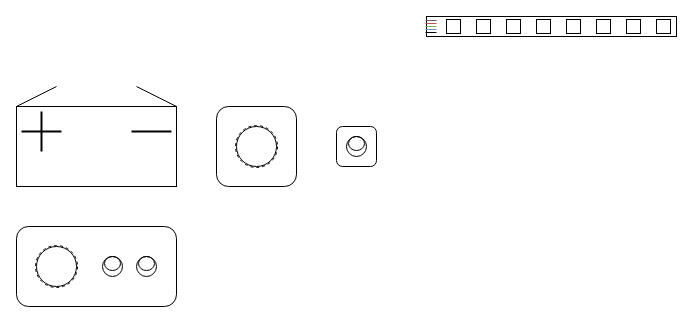
Earlier version of the draw.io diagram led-wiring.drawio (vinas94/drawio). Source tidied: cells renumbered, new cells numbered last; positions are measured from the earlier drawing's top-left corner, leaving out a move shared by most shapes. Both pictures are drawn from the tidied source at 100%, with x=0, y=0 at pixel (16, 16).
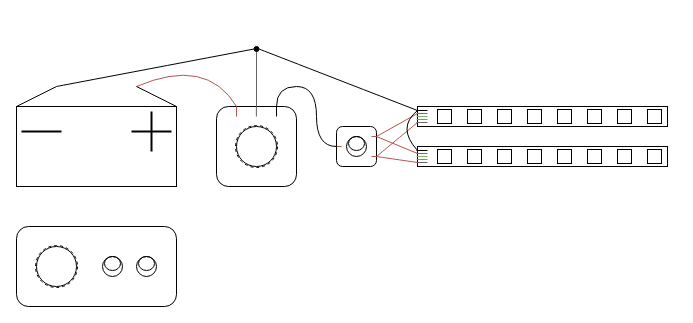
After the change.

The change refers to these unchanged cells:
```xml
<mxCell id="13" style="group;" parent="1" vertex="1">
  <mxGeometry x="200" y="90" width="80" height="80" as="geometry" />
</mxCell>
<mxCell id="14" style="rounded=1;whiteSpace=wrap;html=1;" parent="13" vertex="1">
  <mxGeometry width="80" height="80" as="geometry" />
</mxCell>
<mxCell id="24" style="rounded=0;whiteSpace=wrap;html=1;points=[[0,0.2,0,0,0],[0,0.35,0,0,0],[0,0.5,0,0,0],[0,0.65,0,0,0],[0,0.8,0,0,0],[0.75,0,0,0,0],[0.75,1,0,0,0],[1,0,0,0,0],[1,0.25,0,0,0],[1,0.5,0,0,0],[1,0.75,0,0,0],[1,1,0,0,0]];" parent="23" vertex="1">
  <mxGeometry x="1" width="250" height="20" as="geometry" />
</mxCell>
```

Change to the diagram source:
```diff
@@
-    <mxCell id="2" style="rounded=1;whiteSpace=wrap;html=1;" parent="1" vertex="1">
-      <mxGeometry x="320" y="110" width="40" height="40" as="geometry" />
-    </mxCell>
-    <mxCell id="3" style="rounded=0;whiteSpace=wrap;html=1;" parent="1" vertex="1">
-      <mxGeometry y="90" width="160" height="80" as="geometry" />
-    </mxCell>
-    <mxCell id="4" style="endArrow=none;html=1;rounded=0;exitX=0;exitY=0;exitDx=0;exitDy=0;" parent="1" edge="1" source="3">
-      <mxGeometry relative="1" as="geometry">
-        <mxPoint x="40" y="70" as="targetPoint" />
-      </mxGeometry>
-    </mxCell>
@@
-    <mxCell id="17" style="ellipse;whiteSpace=wrap;html=1;" parent="1" vertex="1">
-      <mxGeometry x="330" y="120" width="20" height="20" as="geometry" />
-    </mxCell>
-    <mxCell id="18" style="ellipse;whiteSpace=wrap;html=1;fillColor=none;" parent="1" vertex="1">
-      <mxGeometry x="332" y="120" width="16" height="14" as="geometry" />
-    </mxCell>
-    <mxCell id="19" style="endArrow=none;html=1;rounded=0;entryX=1;entryY=0;entryDx=0;entryDy=0;" parent="1" edge="1" target="3">
-      <mxGeometry relative="1" as="geometry">
-        <mxPoint x="120" y="70" as="sourcePoint" />
-      </mxGeometry>
-    </mxCell>
-    <mxCell id="20" style="endArrow=none;html=1;rounded=0;strokeWidth=2;" parent="1" edge="1">
-      <mxGeometry relative="1" as="geometry">
-        <mxPoint x="5" y="115" as="sourcePoint" />
-        <mxPoint x="45" y="115" as="targetPoint" />
-      </mxGeometry>
-    </mxCell>
-    <mxCell id="21" style="endArrow=none;html=1;rounded=0;strokeWidth=2;" parent="1" edge="1">
-      <mxGeometry relative="1" as="geometry">
-        <mxPoint x="25" y="135" as="sourcePoint" />
-        <mxPoint x="25" y="95" as="targetPoint" />
-      </mxGeometry>
-    </mxCell>
-    <mxCell id="22" style="endArrow=none;html=1;rounded=0;strokeWidth=2;" parent="1" edge="1">
-      <mxGeometry relative="1" as="geometry">
-        <mxPoint x="115" y="115" as="sourcePoint" />
-        <mxPoint x="155" y="115" as="targetPoint" />
-      </mxGeometry>
-    </mxCell>
+    <mxCell id="38" style="endArrow=none;html=1;rounded=0;fontFamily=Helvetica;fontSize=12;fontColor=default;entryX=0.25;entryY=0;entryDx=0;entryDy=0;exitX=0.25;exitY=0.125;exitDx=0;exitDy=0;exitPerimeter=0;fillColor=#f8cecc;strokeColor=#b85450;" parent="13" edge="1" source="14" target="14">
+      <mxGeometry relative="1" as="geometry" />
+    </mxCell>
+    <mxCell id="39" style="endArrow=none;html=1;rounded=0;fontFamily=Helvetica;fontSize=12;fontColor=default;entryX=0.25;entryY=0;entryDx=0;entryDy=0;exitX=0.25;exitY=0.125;exitDx=0;exitDy=0;exitPerimeter=0;fillColor=#f5f5f5;strokeColor=#666666;" parent="13" edge="1">
+      <mxGeometry relative="1" as="geometry">
+        <mxPoint x="39.9" y="10" as="sourcePoint" />
+        <mxPoint x="39.9" as="targetPoint" />
+      </mxGeometry>
+    </mxCell>
+    <mxCell id="40" style="endArrow=none;html=1;rounded=0;fontFamily=Helvetica;fontSize=12;fontColor=default;entryX=0.25;entryY=0;entryDx=0;entryDy=0;exitX=0.25;exitY=0.125;exitDx=0;exitDy=0;exitPerimeter=0;" parent="13" edge="1">
+      <mxGeometry relative="1" as="geometry">
+        <mxPoint x="60" y="10" as="sourcePoint" />
+        <mxPoint x="60" as="targetPoint" />
+      </mxGeometry>
+    </mxCell>
     <mxCell id="23" style="group;" parent="1" vertex="1">
-      <mxGeometry x="409" width="251" height="20" as="geometry" />
+      <mxGeometry x="400" y="130" width="251" height="20" as="geometry" />
     </mxCell>
@@
-    <mxCell id="33" style="endArrow=none;html=1;rounded=0;fontFamily=Helvetica;fontSize=12;fontColor=default;fillColor=#f5f5f5;strokeColor=#666666;" parent="23" edge="1">
+    <mxCell id="33" style="endArrow=none;html=1;rounded=0;fontFamily=Helvetica;fontSize=12;fontColor=default;fillColor=#f5f5f5;strokeColor=#000000;" parent="23" edge="1">
       <mxGeometry relative="1" as="geometry">
         <mxPoint x="11" y="4" as="sourcePoint" />
         <mxPoint y="4" as="targetPoint" />
       </mxGeometry>
     </mxCell>
@@
-    <mxCell id="35" style="endArrow=none;html=1;rounded=0;fontFamily=Helvetica;fontSize=12;fontColor=default;" parent="23" edge="1">
+    <mxCell id="35" style="endArrow=none;html=1;rounded=0;fontFamily=Helvetica;fontSize=12;fontColor=default;fillColor=#f5f5f5;strokeColor=#666666;" parent="23" edge="1">
       <mxGeometry relative="1" as="geometry">
         <mxPoint x="11" y="16" as="sourcePoint" />
         <mxPoint y="16" as="targetPoint" />
       </mxGeometry>
     </mxCell>
@@
+    <mxCell id="41" style="group;" parent="1" vertex="1">
+      <mxGeometry x="320" y="110" width="40" height="40" as="geometry" />
+    </mxCell>
+    <mxCell id="2" style="rounded=1;whiteSpace=wrap;html=1;" parent="41" vertex="1">
+      <mxGeometry width="40" height="40" as="geometry" />
+    </mxCell>
+    <mxCell id="17" style="ellipse;whiteSpace=wrap;html=1;" parent="41" vertex="1">
+      <mxGeometry x="10" y="10" width="20" height="20" as="geometry" />
+    </mxCell>
+    <mxCell id="18" style="ellipse;whiteSpace=wrap;html=1;fillColor=none;" parent="41" vertex="1">
+      <mxGeometry x="12" y="10" width="16" height="14" as="geometry" />
+    </mxCell>
+    <mxCell id="42" style="endArrow=none;html=1;rounded=0;fontFamily=Helvetica;fontSize=12;fontColor=default;entryX=0.25;entryY=0;entryDx=0;entryDy=0;exitX=0.75;exitY=0.75;exitDx=0;exitDy=0;exitPerimeter=0;fillColor=#f8cecc;strokeColor=#b85450;" parent="41" edge="1">
+      <mxGeometry relative="1" as="geometry">
+        <mxPoint x="35" y="10" as="sourcePoint" />
+        <mxPoint x="40" y="10" as="targetPoint" />
+      </mxGeometry>
+    </mxCell>
+    <mxCell id="43" style="endArrow=none;html=1;rounded=0;fontFamily=Helvetica;fontSize=12;fontColor=default;entryX=0.25;entryY=0;entryDx=0;entryDy=0;exitX=0.75;exitY=0.75;exitDx=0;exitDy=0;exitPerimeter=0;fillColor=#f8cecc;strokeColor=#b85450;" parent="41" edge="1">
+      <mxGeometry relative="1" as="geometry">
+        <mxPoint x="35" y="30" as="sourcePoint" />
+        <mxPoint x="40" y="30" as="targetPoint" />
+      </mxGeometry>
+    </mxCell>
+    <mxCell id="44" style="endArrow=none;html=1;rounded=0;fontFamily=Helvetica;fontSize=12;fontColor=default;entryX=0.25;entryY=0;entryDx=0;entryDy=0;exitX=0.75;exitY=0.75;exitDx=0;exitDy=0;exitPerimeter=0;fillColor=#f8cecc;strokeColor=#b85450;" parent="41" edge="1">
+      <mxGeometry relative="1" as="geometry">
+        <mxPoint y="20" as="sourcePoint" />
+        <mxPoint x="5" y="20" as="targetPoint" />
+      </mxGeometry>
+    </mxCell>
+    <mxCell id="45" style="curved=0;endArrow=none;html=1;rounded=1;fontFamily=Helvetica;fontSize=12;fontColor=default;endFill=0;entryX=0;entryY=0.35;entryDx=0;entryDy=0;entryPerimeter=0;exitX=1;exitY=0.25;exitDx=0;exitDy=0;fillColor=#f8cecc;strokeColor=#b85450;" parent="1" edge="1" source="2" target="24">
+      <mxGeometry relative="1" as="geometry" />
+    </mxCell>
+    <mxCell id="46" style="curved=1;endArrow=none;html=1;rounded=0;fontFamily=Helvetica;fontSize=12;fontColor=default;endFill=0;entryX=0;entryY=0.8;entryDx=0;entryDy=0;entryPerimeter=0;exitX=1;exitY=0.75;exitDx=0;exitDy=0;fillColor=#f8cecc;strokeColor=#b85450;" parent="1" edge="1" source="2" target="24">
+      <mxGeometry relative="1" as="geometry" />
+    </mxCell>
+    <mxCell id="47" style="edgeStyle=orthogonalEdgeStyle;rounded=0;jettySize=auto;html=1;exitX=0.75;exitY=0;exitDx=0;exitDy=0;entryX=0;entryY=0.5;entryDx=0;entryDy=0;fontFamily=Helvetica;fontSize=12;fontColor=default;curved=1;endArrow=none;endFill=0;" parent="1" edge="1" source="14" target="2">
+      <mxGeometry relative="1" as="geometry" />
+    </mxCell>
+    <mxCell id="48" style="endArrow=none;html=1;rounded=0;fontFamily=Helvetica;fontSize=12;fontColor=default;entryX=0.25;entryY=0;entryDx=0;entryDy=0;curved=1;fillColor=#f8cecc;strokeColor=#b85450;exitX=0.75;exitY=0;exitDx=0;exitDy=0;" parent="1" edge="1" source="72" target="14">
+      <mxGeometry relative="1" as="geometry">
+        <Array as="points">
+          <mxPoint x="190" y="40" />
+        </Array>
+      </mxGeometry>
+    </mxCell>
+    <mxCell id="49" style="endArrow=none;html=1;rounded=0;fontFamily=Helvetica;fontSize=12;fontColor=default;exitX=0.5;exitY=0;exitDx=0;exitDy=0;fillColor=#f5f5f5;strokeColor=#666666;entryX=0.5;entryY=1;entryDx=0;entryDy=0;" parent="1" edge="1" source="14" target="50">
+      <mxGeometry relative="1" as="geometry" />
+    </mxCell>
+    <mxCell id="50" style="ellipse;whiteSpace=wrap;html=1;rounded=0;strokeColor=default;align=center;verticalAlign=middle;fontFamily=Helvetica;fontSize=12;fontColor=default;fillColor=#000000;" parent="1" vertex="1">
+      <mxGeometry x="237.5" y="30" width="5" height="5" as="geometry" />
+    </mxCell>
+    <mxCell id="51" style="endArrow=none;html=1;rounded=0;fontFamily=Helvetica;fontSize=12;fontColor=default;entryX=0;entryY=0.2;entryDx=0;entryDy=0;entryPerimeter=0;exitX=1;exitY=0.5;exitDx=0;exitDy=0;curved=1;" parent="1" edge="1" source="50" target="54">
+      <mxGeometry relative="1" as="geometry" />
+    </mxCell>
+    <mxCell id="52" style="endArrow=none;html=1;rounded=0;fontFamily=Helvetica;fontSize=12;fontColor=default;entryX=0;entryY=0.5;entryDx=0;entryDy=0;curved=1;exitX=0.25;exitY=0;exitDx=0;exitDy=0;" parent="1" edge="1" source="72" target="50">
+      <mxGeometry relative="1" as="geometry" />
+    </mxCell>
+    <mxCell id="53" style="group;" parent="1" vertex="1">
+      <mxGeometry x="400" y="90" width="251" height="20" as="geometry" />
+    </mxCell>
+    <mxCell id="54" style="rounded=0;whiteSpace=wrap;html=1;points=[[0,0.2,0,0,0],[0,0.35,0,0,0],[0,0.5,0,0,0],[0,0.65,0,0,0],[0,0.8,0,0,0],[0.75,0,0,0,0],[0.75,1,0,0,0],[1,0,0,0,0],[1,0.25,0,0,0],[1,0.5,0,0,0],[1,0.75,0,0,0],[1,1,0,0,0]];" parent="53" vertex="1">
+      <mxGeometry x="1" width="250" height="20" as="geometry" />
+    </mxCell>
+    <mxCell id="55" style="rounded=0;whiteSpace=wrap;html=1;strokeColor=default;align=center;verticalAlign=middle;fontFamily=Helvetica;fontSize=12;fontColor=default;fillColor=default;" parent="53" vertex="1">
+      <mxGeometry x="231" y="3" width="14" height="14" as="geometry" />
+    </mxCell>
+    <mxCell id="56" style="rounded=0;whiteSpace=wrap;html=1;strokeColor=default;align=center;verticalAlign=middle;fontFamily=Helvetica;fontSize=12;fontColor=default;fillColor=default;" parent="53" vertex="1">
+      <mxGeometry x="201" y="3" width="14" height="14" as="geometry" />
+    </mxCell>
+    <mxCell id="57" style="rounded=0;whiteSpace=wrap;html=1;strokeColor=default;align=center;verticalAlign=middle;fontFamily=Helvetica;fontSize=12;fontColor=default;fillColor=default;" parent="53" vertex="1">
+      <mxGeometry x="171" y="3" width="14" height="14" as="geometry" />
+    </mxCell>
+    <mxCell id="58" style="rounded=0;whiteSpace=wrap;html=1;strokeColor=default;align=center;verticalAlign=middle;fontFamily=Helvetica;fontSize=12;fontColor=default;fillColor=default;" parent="53" vertex="1">
+      <mxGeometry x="141" y="3" width="14" height="14" as="geometry" />
+    </mxCell>
+    <mxCell id="59" style="rounded=0;whiteSpace=wrap;html=1;strokeColor=default;align=center;verticalAlign=middle;fontFamily=Helvetica;fontSize=12;fontColor=default;fillColor=default;" parent="53" vertex="1">
+      <mxGeometry x="111" y="3" width="14" height="14" as="geometry" />
+    </mxCell>
+    <mxCell id="60" style="rounded=0;whiteSpace=wrap;html=1;strokeColor=default;align=center;verticalAlign=middle;fontFamily=Helvetica;fontSize=12;fontColor=default;fillColor=default;" parent="53" vertex="1">
+      <mxGeometry x="81" y="3" width="14" height="14" as="geometry" />
+    </mxCell>
+    <mxCell id="61" style="rounded=0;whiteSpace=wrap;html=1;strokeColor=default;align=center;verticalAlign=middle;fontFamily=Helvetica;fontSize=12;fontColor=default;fillColor=default;" parent="53" vertex="1">
+      <mxGeometry x="51" y="3" width="14" height="14" as="geometry" />
+    </mxCell>
+    <mxCell id="62" style="rounded=0;whiteSpace=wrap;html=1;strokeColor=default;align=center;verticalAlign=middle;fontFamily=Helvetica;fontSize=12;fontColor=default;fillColor=default;" parent="53" vertex="1">
+      <mxGeometry x="21" y="3" width="14" height="14" as="geometry" />
+    </mxCell>
+    <mxCell id="63" style="endArrow=none;html=1;rounded=0;fontFamily=Helvetica;fontSize=12;fontColor=default;fillColor=#f5f5f5;strokeColor=#000000;" parent="53" edge="1">
+      <mxGeometry relative="1" as="geometry">
+        <mxPoint x="11" y="4" as="sourcePoint" />
+        <mxPoint y="4" as="targetPoint" />
+      </mxGeometry>
+    </mxCell>
+    <mxCell id="64" style="endArrow=none;html=1;rounded=0;fontFamily=Helvetica;fontSize=12;fontColor=default;fillColor=#d5e8d4;strokeColor=#82b366;" parent="53" edge="1">
+      <mxGeometry relative="1" as="geometry">
+        <mxPoint x="11" y="10" as="sourcePoint" />
+        <mxPoint y="10" as="targetPoint" />
+      </mxGeometry>
+    </mxCell>
+    <mxCell id="65" style="endArrow=none;html=1;rounded=0;fontFamily=Helvetica;fontSize=12;fontColor=default;fillColor=#f5f5f5;strokeColor=#666666;" parent="53" edge="1">
+      <mxGeometry relative="1" as="geometry">
+        <mxPoint x="11" y="16" as="sourcePoint" />
+        <mxPoint y="16" as="targetPoint" />
+      </mxGeometry>
+    </mxCell>
+    <mxCell id="66" style="endArrow=none;html=1;rounded=0;fontFamily=Helvetica;fontSize=12;fontColor=default;fillColor=#dae8fc;strokeColor=#6c8ebf;" parent="53" edge="1">
+      <mxGeometry relative="1" as="geometry">
+        <mxPoint x="11" y="13" as="sourcePoint" />
+        <mxPoint y="13" as="targetPoint" />
+      </mxGeometry>
+    </mxCell>
+    <mxCell id="67" style="endArrow=none;html=1;rounded=0;fontFamily=Helvetica;fontSize=12;fontColor=default;fillColor=#f8cecc;strokeColor=#b85450;" parent="53" edge="1">
+      <mxGeometry relative="1" as="geometry">
+        <mxPoint x="11" y="7" as="sourcePoint" />
+        <mxPoint y="7" as="targetPoint" />
+      </mxGeometry>
+    </mxCell>
+    <mxCell id="68" style="curved=1;endArrow=none;html=1;rounded=0;fontFamily=Helvetica;fontSize=12;fontColor=default;endFill=0;entryX=0;entryY=0.8;entryDx=0;entryDy=0;entryPerimeter=0;exitX=1;exitY=0.75;exitDx=0;exitDy=0;fillColor=#f8cecc;strokeColor=#b85450;" parent="1" edge="1" source="2" target="54">
+      <mxGeometry relative="1" as="geometry" />
+    </mxCell>
+    <mxCell id="69" style="curved=0;endArrow=none;html=1;rounded=1;fontFamily=Helvetica;fontSize=12;fontColor=default;endFill=0;entryX=0;entryY=0.35;entryDx=0;entryDy=0;entryPerimeter=0;exitX=1;exitY=0.25;exitDx=0;exitDy=0;fillColor=#f8cecc;strokeColor=#b85450;" parent="1" edge="1" source="2" target="54">
+      <mxGeometry relative="1" as="geometry" />
+    </mxCell>
+    <mxCell id="70" style="endArrow=none;html=1;rounded=0;fontFamily=Helvetica;fontSize=12;fontColor=default;entryX=0;entryY=0.2;entryDx=0;entryDy=0;entryPerimeter=0;exitX=0;exitY=0.2;exitDx=0;exitDy=0;exitPerimeter=0;curved=1;" parent="1" edge="1" source="54" target="24">
+      <mxGeometry relative="1" as="geometry">
+        <Array as="points">
+          <mxPoint x="380" y="111" />
+        </Array>
+      </mxGeometry>
+    </mxCell>
+    <mxCell id="71" style="group;" parent="1" vertex="1">
+      <mxGeometry y="70" width="160" height="100" as="geometry" />
+    </mxCell>
+    <mxCell id="72" style="rounded=0;whiteSpace=wrap;html=1;strokeColor=none;align=center;verticalAlign=middle;fontFamily=Helvetica;fontSize=12;fontColor=default;fillColor=none;" parent="71" vertex="1">
+      <mxGeometry width="160" height="100" as="geometry" />
+    </mxCell>
+    <mxCell id="73" style="rounded=0;whiteSpace=wrap;html=1;strokeColor=default;align=center;verticalAlign=middle;fontFamily=Helvetica;fontSize=12;fontColor=default;fillColor=default;" parent="71" vertex="1">
+      <mxGeometry y="20" width="160" height="80" as="geometry" />
+    </mxCell>
+    <mxCell id="20" style="endArrow=none;html=1;rounded=0;strokeWidth=2;" parent="71" edge="1">
+      <mxGeometry relative="1" as="geometry">
+        <mxPoint x="5" y="45" as="sourcePoint" />
+        <mxPoint x="45" y="45" as="targetPoint" />
+      </mxGeometry>
+    </mxCell>
+    <mxCell id="21" style="endArrow=none;html=1;rounded=0;strokeWidth=2;" parent="71" edge="1">
+      <mxGeometry relative="1" as="geometry">
+        <mxPoint x="135" y="65" as="sourcePoint" />
+        <mxPoint x="135" y="25" as="targetPoint" />
+      </mxGeometry>
+    </mxCell>
+    <mxCell id="22" style="endArrow=none;html=1;rounded=0;strokeWidth=2;" parent="71" edge="1">
+      <mxGeometry relative="1" as="geometry">
+        <mxPoint x="115" y="45" as="sourcePoint" />
+        <mxPoint x="155" y="45" as="targetPoint" />
+      </mxGeometry>
+    </mxCell>
+    <mxCell id="74" style="endArrow=none;html=1;rounded=0;fontFamily=Helvetica;fontSize=12;fontColor=default;exitX=0;exitY=0;exitDx=0;exitDy=0;entryX=0.25;entryY=0;entryDx=0;entryDy=0;" parent="71" edge="1" source="73" target="72">
+      <mxGeometry relative="1" as="geometry" />
+    </mxCell>
+    <mxCell id="75" style="endArrow=none;html=1;rounded=0;fontFamily=Helvetica;fontSize=12;fontColor=default;exitX=1;exitY=0;exitDx=0;exitDy=0;entryX=0.75;entryY=0;entryDx=0;entryDy=0;" parent="71" edge="1" source="73" target="72">
+      <mxGeometry relative="1" as="geometry" />
+    </mxCell>
```
